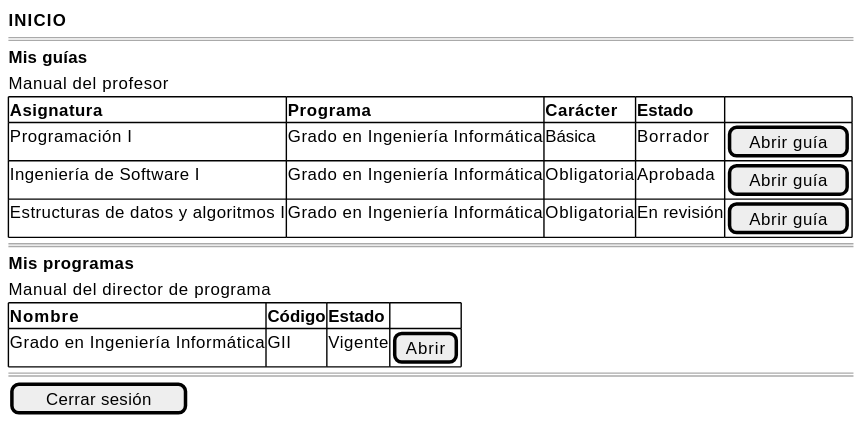
Earlier version of the PlantUML export images/RUP/01-requisitos/03-detalle-casos-uso/abrirInicio/wireframe.svg (mmasias/pyCeldaPublico). Its diagram source:
```plantuml
@startsalt abrirInicio-wireframe
{
    <b>INICIO</b>
    ====
    <b>Mis guías</b>
    Manual del profesor
    {#
    <b>Asignatura                          | <b>Programa                          | <b>Carácter    |<b>Estado    | .
    Programación I                         | Grado en Ingeniería Informática    | Básica         |Borrador     | [Abrir guía]
    Ingeniería de Software I               | Grado en Ingeniería Informática    | Obligatoria    |Aprobada     | [Abrir guía]
    Estructuras de datos y algoritmos I    | Grado en Ingeniería Informática    | Obligatoria    |En revisión  | [Abrir guía]
    }
    ====
    <b>Mis programas</b>
    Manual del director de programa
    {#
    <b>Nombre                          | <b>Código | <b>Estado | .
    Grado en Ingeniería Informática    | GII      | Vigente   | [Abrir]
    }
    ====
    [ Cerrar sesión ]
}
@endsalt
```
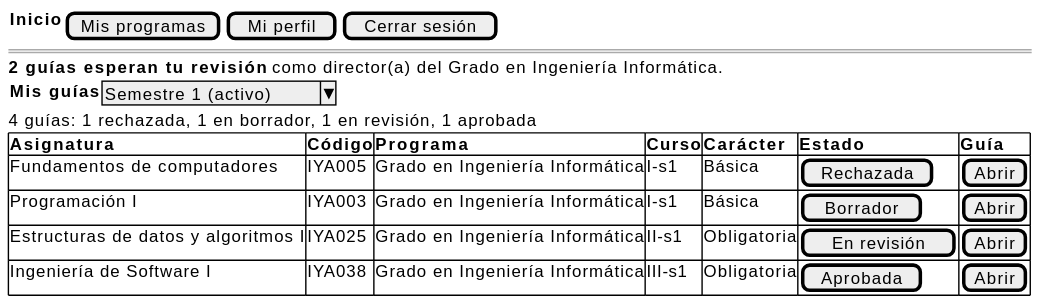
After the commit.

Change to the diagram source:
```diff
@@ -1,23 +1,16 @@
 @startsalt abrirInicio-wireframe
 {
-    <b>INICIO</b>
+    {<b>Inicio</b> | [Mis programas] | [Mi perfil] | [Cerrar sesión]}
     ====
-    <b>Mis guías</b>
-    Manual del profesor
+    <b>2 guías esperan tu revisión</b> como director(a) del Grado en Ingeniería Informática.
+    {<b>Mis guías</b> | ^Semestre 1 (activo)^}
+    4 guías: 1 rechazada, 1 en borrador, 1 en revisión, 1 aprobada
     {#
-    <b>Asignatura                          | <b>Programa                          | <b>Carácter    |<b>Estado    | .
-    Programación I                         | Grado en Ingeniería Informática    | Básica         |Borrador     | [Abrir guía]
-    Ingeniería de Software I               | Grado en Ingeniería Informática    | Obligatoria    |Aprobada     | [Abrir guía]
-    Estructuras de datos y algoritmos I    | Grado en Ingeniería Informática    | Obligatoria    |En revisión  | [Abrir guía]
+    <b>Asignatura                          | <b>Código | <b>Programa                          | <b>Curso  | <b>Carácter   | <b>Estado          | <b>Guía
+    Fundamentos de computadores            | IYA005    | Grado en Ingeniería Informática    | I-s1      | Básica        | [ Rechazada ]      | [Abrir]
+    Programación I                         | IYA003    | Grado en Ingeniería Informática    | I-s1      | Básica        | [ Borrador ]       | [Abrir]
+    Estructuras de datos y algoritmos I    | IYA025    | Grado en Ingeniería Informática    | II-s1     | Obligatoria   | [ En revisión ]    | [Abrir]
+    Ingeniería de Software I               | IYA038    | Grado en Ingeniería Informática    | III-s1    | Obligatoria   | [ Aprobada ]       | [Abrir]
     }
-    ====
-    <b>Mis programas</b>
-    Manual del director de programa
-    {#
-    <b>Nombre                          | <b>Código | <b>Estado | .
-    Grado en Ingeniería Informática    | GII      | Vigente   | [Abrir]
-    }
-    ====
-    [ Cerrar sesión ]
 }
 @endsalt
```
